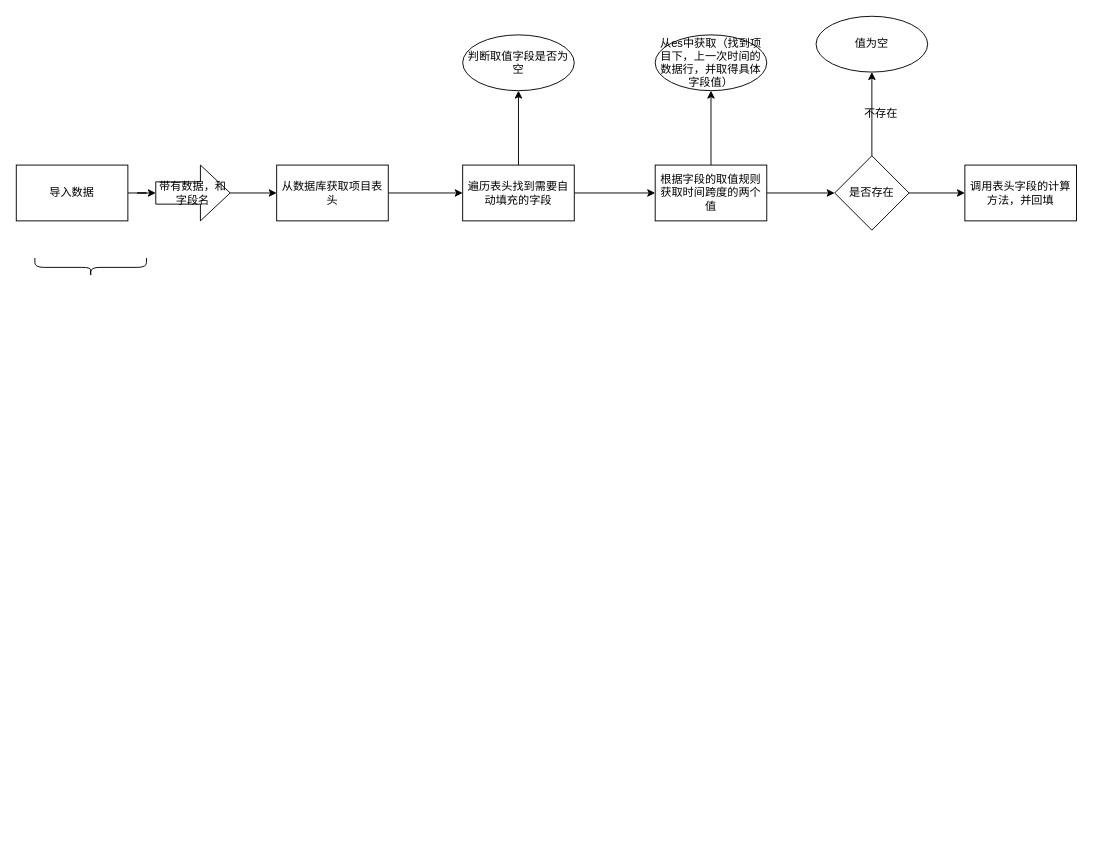
Above: 水利项目思维导图.drawio in Leicw/draw.io_file (draw.io), before the change. Source tidied: cells renumbered, new cells numbered last; positions are measured from the earlier drawing's top-left corner, leaving out a move shared by most shapes. Both pictures are drawn from the tidied source at 93%, with x=0, y=0 at pixel (16, 16).
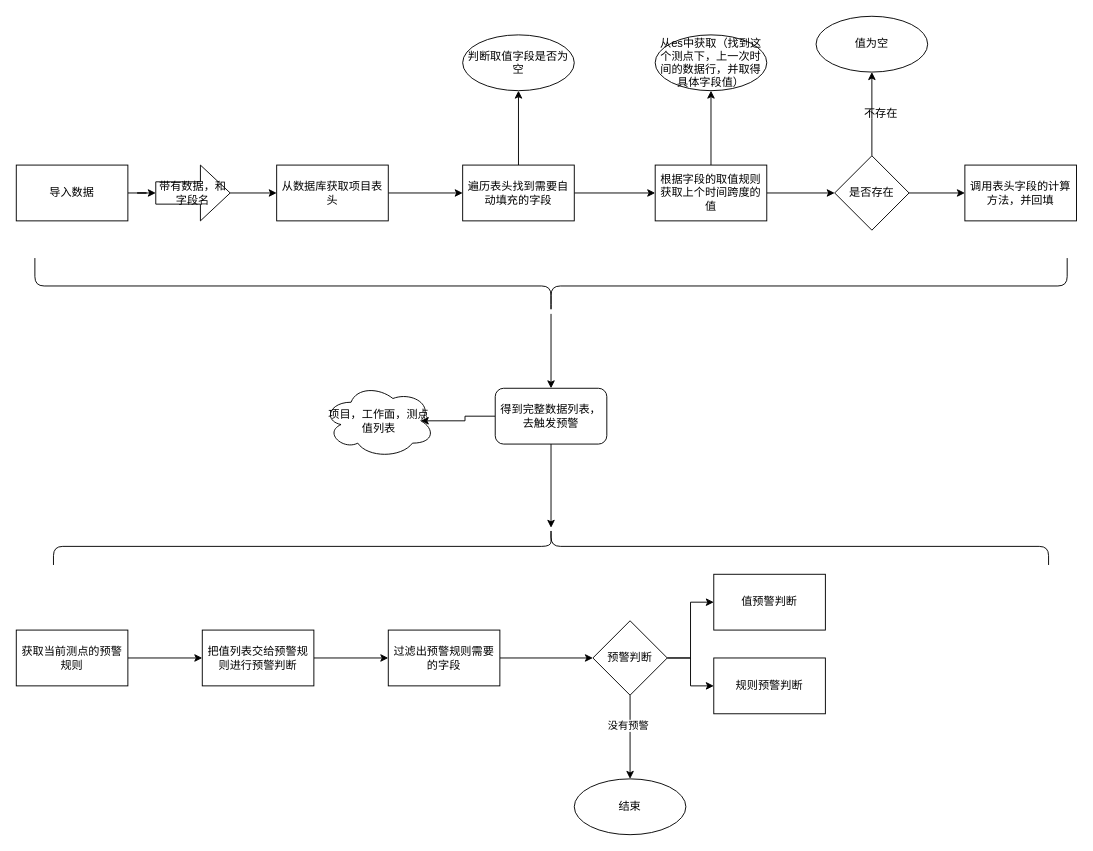
After the change.

Commit message (it also covers changes not shown here):
更新水利项目思维导图.drawio

What changed in the source:
```diff
@@
-    <mxCell id="13" value="根据字段的取值规则获取时间跨度的两个值" style="whiteSpace=wrap;html=1;rounded=0;" parent="1" vertex="1">
+    <mxCell id="13" value="根据字段的取值规则获取上个时间跨度的值" style="whiteSpace=wrap;html=1;rounded=0;" parent="1" vertex="1">
       <mxGeometry x="687" y="160" width="120" height="60" as="geometry" />
     </mxCell>
-    <mxCell id="14" value="从es中获取（找到项目下，上一次时间的数据行，并取得具体字段值）" style="ellipse;whiteSpace=wrap;html=1;rounded=0;" parent="1" vertex="1">
+    <mxCell id="14" value="从es中获取（找到这个测点下，上一次时间的数据行，并取得具体字段值）" style="ellipse;whiteSpace=wrap;html=1;rounded=0;" parent="1" vertex="1">
       <mxGeometry x="687" y="20" width="120" height="60" as="geometry" />
     </mxCell>
@@
+    <mxCell id="23" style="edgeStyle=orthogonalEdgeStyle;rounded=0;jettySize=auto;html=1;" parent="1" edge="1" source="22" target="26">
+      <mxGeometry relative="1" as="geometry" />
+    </mxCell>
     <mxCell id="22" style="shape=curlyBracket;whiteSpace=wrap;html=1;rounded=1;flipH=1;direction=north;" parent="1" vertex="1">
-      <mxGeometry x="20" y="260" width="120" height="20" as="geometry" />
+      <mxGeometry x="20" y="260" width="1110" height="60" as="geometry" />
     </mxCell>
+    <mxCell id="24" style="edgeStyle=orthogonalEdgeStyle;rounded=0;jettySize=auto;html=1;" parent="1" edge="1" source="26" target="27">
+      <mxGeometry relative="1" as="geometry" />
+    </mxCell>
+    <mxCell id="25" style="edgeStyle=orthogonalEdgeStyle;rounded=0;jettySize=auto;html=1;entryX=0.875;entryY=0.5;entryDx=0;entryDy=0;entryPerimeter=0;" parent="1" edge="1" source="26" target="30">
+      <mxGeometry relative="1" as="geometry" />
+    </mxCell>
+    <mxCell id="26" value="得到完整数据列表，去触发预警" style="whiteSpace=wrap;html=1;rounded=1;" parent="1" vertex="1">
+      <mxGeometry x="515" y="400" width="120" height="60" as="geometry" />
+    </mxCell>
+    <mxCell id="27" style="shape=curlyBracket;whiteSpace=wrap;html=1;rounded=1;direction=south;" parent="1" vertex="1">
+      <mxGeometry x="40" y="550" width="1070" height="40" as="geometry" />
+    </mxCell>
+    <mxCell id="28" style="edgeStyle=orthogonalEdgeStyle;rounded=0;jettySize=auto;html=1;" parent="1" edge="1" source="29" target="32">
+      <mxGeometry relative="1" as="geometry" />
+    </mxCell>
+    <mxCell id="29" value="获取当前测点的预警规则" style="rounded=0;whiteSpace=wrap;html=1;" parent="1" vertex="1">
+      <mxGeometry y="660" width="120" height="60" as="geometry" />
+    </mxCell>
+    <mxCell id="30" value="项目，工作面，测点&lt;br&gt;值列表" style="ellipse;shape=cloud;whiteSpace=wrap;html=1;" parent="1" vertex="1">
+      <mxGeometry x="330" y="395" width="120" height="80" as="geometry" />
+    </mxCell>
+    <mxCell id="31" style="edgeStyle=orthogonalEdgeStyle;rounded=0;jettySize=auto;html=1;" parent="1" edge="1" source="32" target="34">
+      <mxGeometry relative="1" as="geometry" />
+    </mxCell>
+    <mxCell id="32" value="把值列表交给预警规则进行预警判断" style="whiteSpace=wrap;html=1;rounded=0;" parent="1" vertex="1">
+      <mxGeometry x="200" y="660" width="120" height="60" as="geometry" />
+    </mxCell>
+    <mxCell id="33" style="edgeStyle=orthogonalEdgeStyle;rounded=0;jettySize=auto;html=1;" parent="1" edge="1" source="34" target="39">
+      <mxGeometry relative="1" as="geometry" />
+    </mxCell>
+    <mxCell id="34" value="过滤出预警规则需要的字段" style="whiteSpace=wrap;html=1;rounded=0;" parent="1" vertex="1">
+      <mxGeometry x="400" y="660" width="120" height="60" as="geometry" />
+    </mxCell>
+    <mxCell id="35" style="edgeStyle=orthogonalEdgeStyle;rounded=0;jettySize=auto;html=1;" parent="1" edge="1" source="39" target="40">
+      <mxGeometry relative="1" as="geometry" />
+    </mxCell>
+    <mxCell id="36" value="没有预警" style="edgeLabel;html=1;align=center;verticalAlign=middle;" parent="35" vertex="1">
+      <mxGeometry x="-0.29" y="-3" relative="1" as="geometry" />
+    </mxCell>
+    <mxCell id="37" style="edgeStyle=orthogonalEdgeStyle;rounded=0;jettySize=auto;html=1;" parent="1" edge="1" source="39" target="41">
+      <mxGeometry relative="1" as="geometry" />
+    </mxCell>
+    <mxCell id="38" style="edgeStyle=orthogonalEdgeStyle;rounded=0;jettySize=auto;html=1;entryX=0;entryY=0.5;entryDx=0;entryDy=0;" parent="1" edge="1" source="39" target="42">
+      <mxGeometry relative="1" as="geometry" />
+    </mxCell>
+    <mxCell id="39" value="预警判断" style="rhombus;whiteSpace=wrap;html=1;rounded=0;" parent="1" vertex="1">
+      <mxGeometry x="620" y="650" width="80" height="80" as="geometry" />
+    </mxCell>
+    <mxCell id="40" value="结束" style="ellipse;whiteSpace=wrap;html=1;rounded=0;" parent="1" vertex="1">
+      <mxGeometry x="600" y="820" width="120" height="60" as="geometry" />
+    </mxCell>
+    <mxCell id="41" value="值预警判断" style="whiteSpace=wrap;html=1;rounded=0;" parent="1" vertex="1">
+      <mxGeometry x="750" y="600" width="120" height="60" as="geometry" />
+    </mxCell>
+    <mxCell id="42" value="规则预警判断" style="rounded=0;whiteSpace=wrap;html=1;" parent="1" vertex="1">
+      <mxGeometry x="750" y="690" width="120" height="60" as="geometry" />
+    </mxCell>
```
